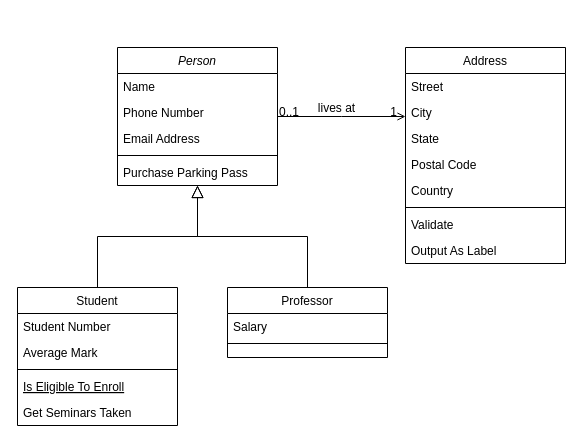
The draw.io diagram Notes/Week 4/Untitled Diagram.drawio in hfaus/CSCE240-SP22, before the edit. Source tidied: cells renumbered, new cells numbered last; positions are measured from the earlier drawing's top-left corner, leaving out a move shared by most shapes. Both pictures are drawn from the tidied source at 100%, with x=0, y=0 at pixel (17, 47).
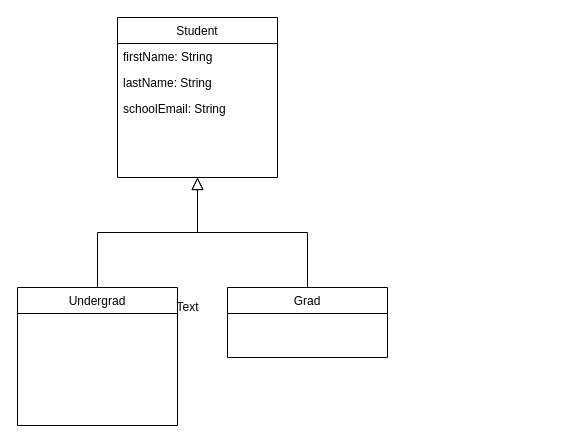
After the change.

Diff of the diagram source:
```diff
@@
-    <mxCell id="2" value="Person" style="swimlane;fontStyle=2;align=center;verticalAlign=top;horizontal=1;startSize=26;rounded=0;shadow=0;strokeWidth=1;" parent="1" vertex="1">
-      <mxGeometry x="100" width="160" height="138" as="geometry" />
+    <mxCell id="2" value="Student" style="swimlane;fontStyle=0;align=center;verticalAlign=top;horizontal=1;startSize=26;rounded=0;shadow=0;strokeWidth=1;" parent="1" vertex="1">
+      <mxGeometry x="100" y="-30" width="160" height="160" as="geometry" />
     </mxCell>
-    <mxCell id="3" value="Name" style="text;align=left;verticalAlign=top;spacingLeft=4;spacingRight=4;overflow=hidden;" parent="2" vertex="1">
+    <mxCell id="3" value="firstName: String" style="text;align=left;verticalAlign=top;spacingLeft=4;spacingRight=4;overflow=hidden;" parent="2" vertex="1">
       <mxGeometry y="26" width="160" height="26" as="geometry" />
     </mxCell>
-    <mxCell id="4" value="Phone Number" style="text;align=left;verticalAlign=top;spacingLeft=4;spacingRight=4;overflow=hidden;rounded=0;shadow=0;html=0;" parent="2" vertex="1">
+    <mxCell id="4" value="lastName: String" style="text;align=left;verticalAlign=top;spacingLeft=4;spacingRight=4;overflow=hidden;rounded=0;shadow=0;html=0;" parent="2" vertex="1">
       <mxGeometry y="52" width="160" height="26" as="geometry" />
     </mxCell>
-    <mxCell id="5" value="Email Address" style="text;align=left;verticalAlign=top;spacingLeft=4;spacingRight=4;overflow=hidden;rounded=0;shadow=0;html=0;" parent="2" vertex="1">
+    <mxCell id="5" value="schoolEmail: String&#10;" style="text;align=left;verticalAlign=top;spacingLeft=4;spacingRight=4;overflow=hidden;rounded=0;shadow=0;html=0;" parent="2" vertex="1">
       <mxGeometry y="78" width="160" height="26" as="geometry" />
     </mxCell>
-    <mxCell id="6" style="line;html=1;strokeWidth=1;align=left;verticalAlign=middle;spacingTop=-1;spacingLeft=3;spacingRight=3;labelPosition=right;" parent="2" vertex="1">
-      <mxGeometry y="104" width="160" height="8" as="geometry" />
-    </mxCell>
-    <mxCell id="7" value="Purchase Parking Pass" style="text;align=left;verticalAlign=top;spacingLeft=4;spacingRight=4;overflow=hidden;" parent="2" vertex="1">
-      <mxGeometry y="112" width="160" height="26" as="geometry" />
-    </mxCell>
-    <mxCell id="8" value="Student" style="swimlane;fontStyle=0;align=center;verticalAlign=top;horizontal=1;startSize=26;rounded=0;shadow=0;strokeWidth=1;" parent="1" vertex="1">
+    <mxCell id="8" value="Undergrad" style="swimlane;fontStyle=0;align=center;verticalAlign=top;horizontal=1;startSize=26;rounded=0;shadow=0;strokeWidth=1;" parent="1" vertex="1">
       <mxGeometry y="240" width="160" height="138" as="geometry" />
     </mxCell>
-    <mxCell id="9" value="Student Number" style="text;align=left;verticalAlign=top;spacingLeft=4;spacingRight=4;overflow=hidden;" parent="8" vertex="1">
-      <mxGeometry y="26" width="160" height="26" as="geometry" />
-    </mxCell>
-    <mxCell id="10" value="Average Mark" style="text;align=left;verticalAlign=top;spacingLeft=4;spacingRight=4;overflow=hidden;rounded=0;shadow=0;html=0;" parent="8" vertex="1">
-      <mxGeometry y="52" width="160" height="26" as="geometry" />
-    </mxCell>
-    <mxCell id="11" style="line;html=1;strokeWidth=1;align=left;verticalAlign=middle;spacingTop=-1;spacingLeft=3;spacingRight=3;labelPosition=right;" parent="8" vertex="1">
-      <mxGeometry y="78" width="160" height="8" as="geometry" />
-    </mxCell>
-    <mxCell id="12" value="Is Eligible To Enroll" style="text;align=left;verticalAlign=top;spacingLeft=4;spacingRight=4;overflow=hidden;fontStyle=4;" parent="8" vertex="1">
-      <mxGeometry y="86" width="160" height="26" as="geometry" />
-    </mxCell>
-    <mxCell id="13" value="Get Seminars Taken" style="text;align=left;verticalAlign=top;spacingLeft=4;spacingRight=4;overflow=hidden;" parent="8" vertex="1">
-      <mxGeometry y="112" width="160" height="26" as="geometry" />
-    </mxCell>
@@
-    <mxCell id="15" value="Professor" style="swimlane;fontStyle=0;align=center;verticalAlign=top;horizontal=1;startSize=26;rounded=0;shadow=0;strokeWidth=1;" parent="1" vertex="1">
+    <mxCell id="15" value="Grad" style="swimlane;fontStyle=0;align=center;verticalAlign=top;horizontal=1;startSize=26;rounded=0;shadow=0;strokeWidth=1;" parent="1" vertex="1">
       <mxGeometry x="210" y="240" width="160" height="70" as="geometry" />
     </mxCell>
-    <mxCell id="16" value="Salary" style="text;align=left;verticalAlign=top;spacingLeft=4;spacingRight=4;overflow=hidden;" parent="15" vertex="1">
-      <mxGeometry y="26" width="160" height="26" as="geometry" />
-    </mxCell>
-    <mxCell id="17" style="line;html=1;strokeWidth=1;align=left;verticalAlign=middle;spacingTop=-1;spacingLeft=3;spacingRight=3;labelPosition=right;" parent="15" vertex="1">
-      <mxGeometry y="52" width="160" height="8" as="geometry" />
-    </mxCell>
@@
-    <mxCell id="19" value="Address" style="swimlane;fontStyle=0;align=center;verticalAlign=top;horizontal=1;startSize=26;rounded=0;shadow=0;strokeWidth=1;" parent="1" vertex="1">
-      <mxGeometry x="388" width="160" height="216" as="geometry" />
-    </mxCell>
-    <mxCell id="20" value="Street" style="text;align=left;verticalAlign=top;spacingLeft=4;spacingRight=4;overflow=hidden;" parent="19" vertex="1">
-      <mxGeometry y="26" width="160" height="26" as="geometry" />
-    </mxCell>
-    <mxCell id="21" value="City" style="text;align=left;verticalAlign=top;spacingLeft=4;spacingRight=4;overflow=hidden;rounded=0;shadow=0;html=0;" parent="19" vertex="1">
-      <mxGeometry y="52" width="160" height="26" as="geometry" />
-    </mxCell>
-    <mxCell id="22" value="State" style="text;align=left;verticalAlign=top;spacingLeft=4;spacingRight=4;overflow=hidden;rounded=0;shadow=0;html=0;" parent="19" vertex="1">
-      <mxGeometry y="78" width="160" height="26" as="geometry" />
-    </mxCell>
-    <mxCell id="23" value="Postal Code" style="text;align=left;verticalAlign=top;spacingLeft=4;spacingRight=4;overflow=hidden;rounded=0;shadow=0;html=0;" parent="19" vertex="1">
-      <mxGeometry y="104" width="160" height="26" as="geometry" />
-    </mxCell>
-    <mxCell id="24" value="Country" style="text;align=left;verticalAlign=top;spacingLeft=4;spacingRight=4;overflow=hidden;rounded=0;shadow=0;html=0;" parent="19" vertex="1">
-      <mxGeometry y="130" width="160" height="26" as="geometry" />
-    </mxCell>
-    <mxCell id="25" style="line;html=1;strokeWidth=1;align=left;verticalAlign=middle;spacingTop=-1;spacingLeft=3;spacingRight=3;labelPosition=right;" parent="19" vertex="1">
-      <mxGeometry y="156" width="160" height="8" as="geometry" />
-    </mxCell>
-    <mxCell id="26" value="Validate" style="text;align=left;verticalAlign=top;spacingLeft=4;spacingRight=4;overflow=hidden;" parent="19" vertex="1">
-      <mxGeometry y="164" width="160" height="26" as="geometry" />
-    </mxCell>
-    <mxCell id="27" value="Output As Label" style="text;align=left;verticalAlign=top;spacingLeft=4;spacingRight=4;overflow=hidden;" parent="19" vertex="1">
-      <mxGeometry y="190" width="160" height="26" as="geometry" />
-    </mxCell>
-    <mxCell id="28" style="endArrow=open;shadow=0;strokeWidth=1;rounded=0;endFill=1;edgeStyle=elbowEdgeStyle;elbow=vertical;" parent="1" edge="1" source="2" target="19">
-      <mxGeometry x="0.5" y="41" relative="1" as="geometry">
-        <mxPoint x="-40" y="32" as="offset" />
-      </mxGeometry>
-    </mxCell>
-    <mxCell id="29" value="0..1" style="align=left;verticalAlign=bottom;labelBackgroundColor=none;fontSize=12;" parent="28" vertex="1">
-      <mxGeometry x="-1" relative="1" as="geometry">
-        <mxPoint y="4" as="offset" />
-      </mxGeometry>
-    </mxCell>
-    <mxCell id="30" value="1" style="align=right;verticalAlign=bottom;labelBackgroundColor=none;fontSize=12;" parent="28" vertex="1">
-      <mxGeometry x="1" relative="1" as="geometry">
-        <mxPoint x="-7" y="4" as="offset" />
-      </mxGeometry>
-    </mxCell>
-    <mxCell id="31" value="lives at" style="text;html=1;align=center;verticalAlign=middle;labelBackgroundColor=none;rounded=0;shadow=0;strokeWidth=1;fontSize=12;" parent="28" vertex="1">
-      <mxGeometry x="0.5" y="49" relative="1" as="geometry">
-        <mxPoint x="-38" y="40" as="offset" />
-      </mxGeometry>
-    </mxCell>
+    <mxCell id="32" value="Text" style="text;html=1;align=center;verticalAlign=middle;fillColor=none;strokeColor=none;rounded=0;" parent="1" vertex="1">
+      <mxGeometry x="150" y="250" width="40" height="20" as="geometry" />
+    </mxCell>
```
